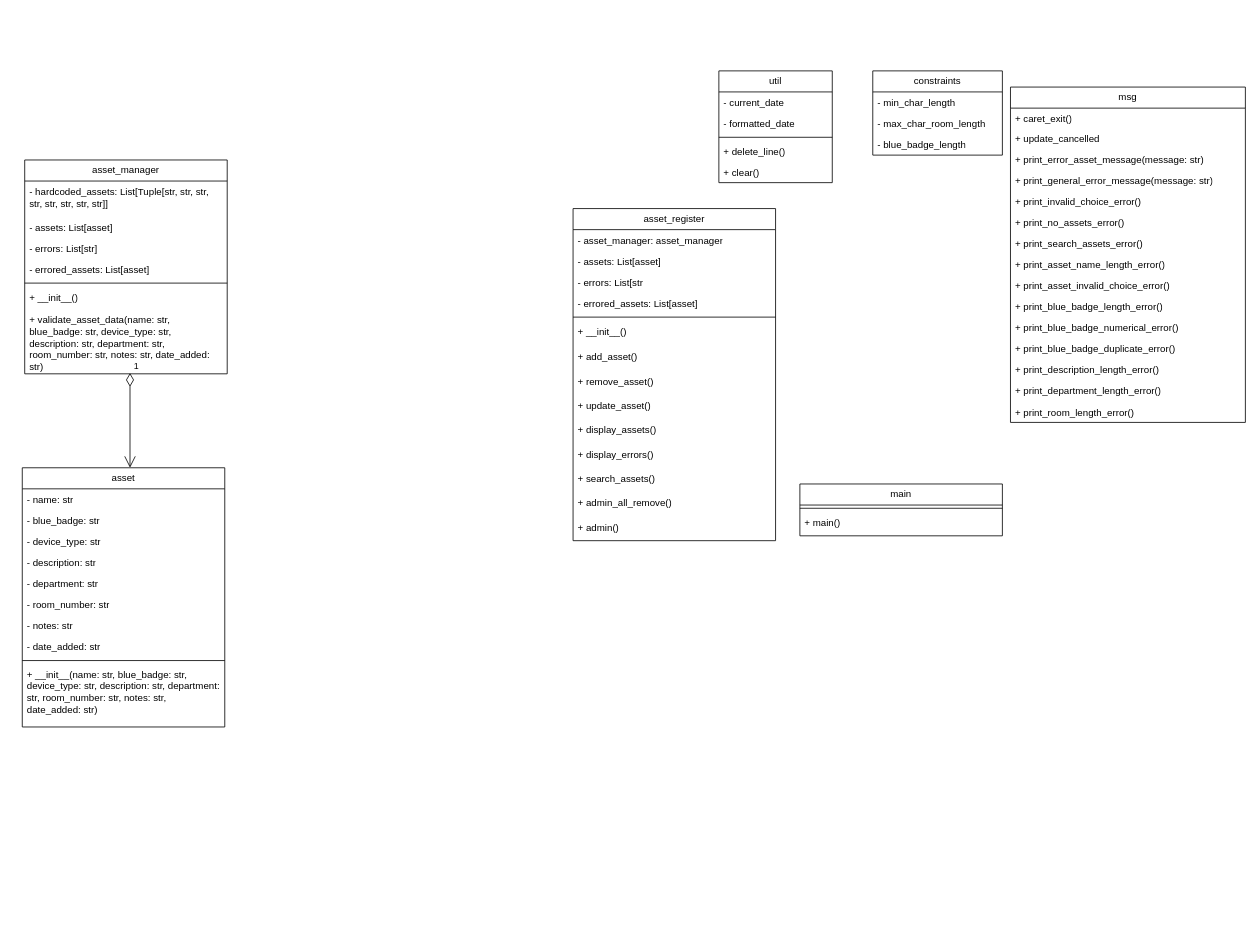
Before: Class UML.drawio in Xanguard/AssetRegister, a draw.io diagram. Source tidied: cells renumbered, new cells numbered last; positions are measured from the earlier drawing's top-left corner, leaving out a move shared by most shapes. Both pictures are drawn from the tidied source at 81%, with x=0, y=0 at pixel (22, 70).
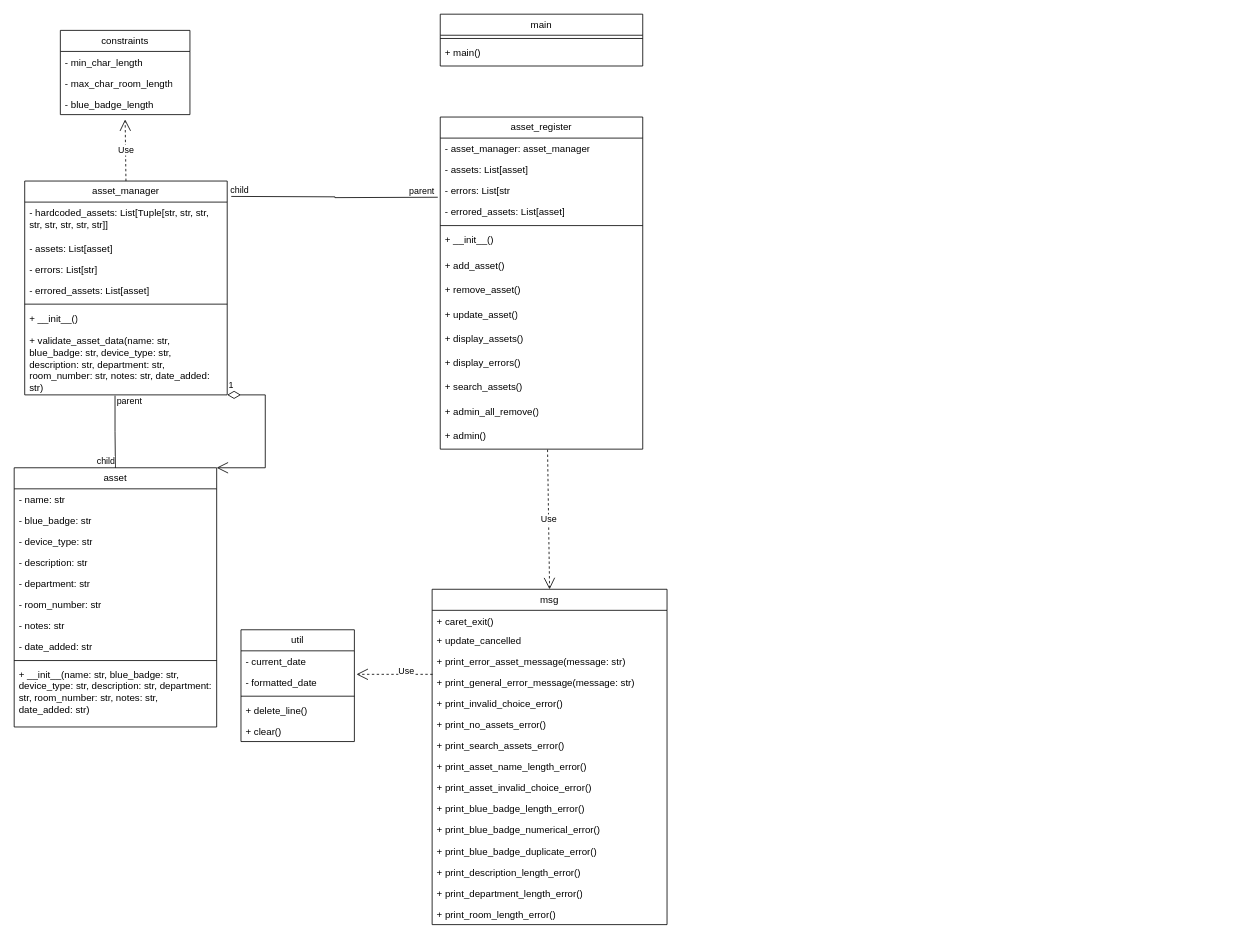
Above is the later version.

Unchanged cells that the change refers to:
```xml
<mxCell id="3" value="- current_date&lt;div&gt;&lt;br&gt;&lt;/div&gt;" style="text;strokeColor=none;fillColor=none;align=left;verticalAlign=top;spacingLeft=4;spacingRight=4;overflow=hidden;points=[[0,0.5],[1,0.5]];portConstraint=eastwest;whiteSpace=wrap;html=1;" parent="2" vertex="1">
  <mxGeometry y="26" width="140" height="26" as="geometry" />
</mxCell>
<mxCell id="11" value="- blue_badge_length" style="text;strokeColor=none;fillColor=none;align=left;verticalAlign=top;spacingLeft=4;spacingRight=4;overflow=hidden;points=[[0,0.5],[1,0.5]];portConstraint=eastwest;whiteSpace=wrap;html=1;perimeterSpacing=8;" parent="8" vertex="1">
  <mxGeometry y="78" width="160" height="26" as="geometry" />
</mxCell>
<mxCell id="16" value="+ print_general_error_message(message: str) " style="text;strokeColor=none;fillColor=none;align=left;verticalAlign=top;spacingLeft=4;spacingRight=4;overflow=hidden;points=[[0,0.5],[1,0.5]];portConstraint=eastwest;whiteSpace=wrap;html=1;perimeterSpacing=8;" parent="12" vertex="1">
  <mxGeometry y="102" width="290" height="26" as="geometry" />
</mxCell>
<mxCell id="46" value="+ validate_asset_data(name: str, blue_badge: str, device_type: str, description: str, department: str, room_number: str, notes: str, date_added: str)" style="text;strokeColor=none;fillColor=none;align=left;verticalAlign=top;spacingLeft=4;spacingRight=4;overflow=hidden;points=[[0,0.5],[1,0.5]];portConstraint=eastwest;whiteSpace=wrap;html=1;glass=0;rounded=0;" parent="39" vertex="1">
  <mxGeometry y="184" width="250" height="80" as="geometry" />
</mxCell>
<mxCell id="61" value="+ admin()  " style="text;strokeColor=none;fillColor=none;align=left;verticalAlign=top;spacingLeft=4;spacingRight=4;overflow=hidden;points=[[0,0.5],[1,0.5]];portConstraint=eastwest;whiteSpace=wrap;html=1;glass=0;rounded=0;" parent="47" vertex="1">
  <mxGeometry y="380" width="250" height="30" as="geometry" />
</mxCell>
```

What changed in the source:
```diff
@@
     <mxCell id="2" value="util" style="swimlane;fontStyle=0;horizontal=1;startSize=26;fillColor=none;whiteSpace=wrap;html=1;swimlaneLine=1;" parent="1" vertex="1">
-      <mxGeometry x="860" width="140" height="138" as="geometry" />
+      <mxGeometry x="270" y="690" width="140" height="138" as="geometry" />
     </mxCell>
@@
     <mxCell id="8" value="constraints" style="swimlane;fontStyle=0;horizontal=1;startSize=26;fillColor=none;whiteSpace=wrap;html=1;swimlaneLine=1;" parent="1" vertex="1">
-      <mxGeometry x="1050" width="160" height="104" as="geometry" />
+      <mxGeometry x="47" y="-50" width="160" height="104" as="geometry" />
     </mxCell>
@@
     <mxCell id="12" value="msg" style="swimlane;fontStyle=0;horizontal=1;startSize=26;fillColor=none;whiteSpace=wrap;html=1;swimlaneLine=1;" parent="1" vertex="1">
-      <mxGeometry x="1220" y="20" width="290" height="414" as="geometry" />
+      <mxGeometry x="506" y="640" width="290" height="414" as="geometry" />
     </mxCell>
@@
     <mxCell id="28" value="asset" style="swimlane;fontStyle=0;horizontal=1;startSize=26;fillColor=none;whiteSpace=wrap;html=1;swimlaneLine=1;" parent="1" vertex="1">
-      <mxGeometry y="490" width="250" height="320" as="geometry" />
+      <mxGeometry x="-10" y="490" width="250" height="320" as="geometry" />
     </mxCell>
@@
     <mxCell id="39" value="asset_manager" style="swimlane;fontStyle=0;horizontal=1;startSize=26;fillColor=none;whiteSpace=wrap;html=1;swimlaneLine=1;" parent="1" vertex="1">
-      <mxGeometry x="3" y="110" width="250" height="264" as="geometry" />
+      <mxGeometry x="3" y="136" width="250" height="264" as="geometry" />
     </mxCell>
@@
     <mxCell id="47" value="asset_register" style="swimlane;fontStyle=0;horizontal=1;startSize=26;fillColor=none;whiteSpace=wrap;html=1;swimlaneLine=1;" parent="1" vertex="1">
-      <mxGeometry x="680" y="170" width="250" height="410" as="geometry" />
+      <mxGeometry x="516" y="57" width="250" height="410" as="geometry" />
     </mxCell>
@@
     <mxCell id="62" value="main" style="swimlane;fontStyle=0;horizontal=1;startSize=26;fillColor=none;whiteSpace=wrap;html=1;swimlaneLine=1;" parent="1" vertex="1">
-      <mxGeometry x="960" y="510" width="250" height="64" as="geometry" />
+      <mxGeometry x="516" y="-70" width="250" height="64" as="geometry" />
     </mxCell>
@@
+    <mxCell id="66" style="endArrow=none;html=1;edgeStyle=orthogonalEdgeStyle;rounded=0;exitX=0.446;exitY=1.012;exitDx=0;exitDy=0;exitPerimeter=0;entryX=0.5;entryY=0;entryDx=0;entryDy=0;" parent="1" edge="1" source="46" target="28">
+      <mxGeometry relative="1" as="geometry" />
+    </mxCell>
+    <mxCell id="67" value="parent" style="edgeLabel;html=1;align=left;verticalAlign=bottom;" parent="66" vertex="1">
+      <mxGeometry x="-1" relative="1" as="geometry">
+        <mxPoint y="15" as="offset" />
+      </mxGeometry>
+    </mxCell>
+    <mxCell id="68" value="child" style="edgeLabel;html=1;align=right;verticalAlign=bottom;" parent="66" vertex="1">
+      <mxGeometry x="1" relative="1" as="geometry" />
+    </mxCell>
+    <mxCell id="69" style="endArrow=none;html=1;edgeStyle=orthogonalEdgeStyle;rounded=0;exitX=0;exitY=0.5;exitDx=0;exitDy=0;entryX=1;entryY=0.5;entryDx=0;entryDy=0;" parent="1" edge="1">
+      <mxGeometry relative="1" as="geometry">
+        <mxPoint x="513" y="156" as="sourcePoint" />
+        <mxPoint x="258" y="155" as="targetPoint" />
+      </mxGeometry>
+    </mxCell>
+    <mxCell id="70" value="parent" style="edgeLabel;html=1;align=left;verticalAlign=bottom;" parent="69" vertex="1">
+      <mxGeometry x="-1" relative="1" as="geometry">
+        <mxPoint x="-37" as="offset" />
+      </mxGeometry>
+    </mxCell>
+    <mxCell id="71" value="child" style="edgeLabel;html=1;align=right;verticalAlign=bottom;" parent="69" vertex="1">
+      <mxGeometry x="1" relative="1" as="geometry">
+        <mxPoint x="22" as="offset" />
+      </mxGeometry>
+    </mxCell>
+    <mxCell id="72" value="Use" style="endArrow=open;endSize=12;dashed=1;html=1;rounded=0;entryX=1.019;entryY=1.115;entryDx=0;entryDy=0;entryPerimeter=0;exitX=0.028;exitY=0.262;exitDx=0;exitDy=0;exitPerimeter=0;" parent="1" edge="1" source="16" target="3">
+      <mxGeometry x="-0.3" y="-4" relative="1" as="geometry" />
+    </mxCell>
+    <mxCell id="73" value="Use" style="endArrow=open;endSize=12;dashed=1;html=1;rounded=0;exitX=0.53;exitY=1.022;exitDx=0;exitDy=0;exitPerimeter=0;entryX=0.5;entryY=0;entryDx=0;entryDy=0;" parent="1" edge="1" source="61" target="12">
+      <mxGeometry relative="1" as="geometry" />
+    </mxCell>
+    <mxCell id="74" value="Use" style="endArrow=open;endSize=12;dashed=1;html=1;rounded=0;exitX=0.5;exitY=0;exitDx=0;exitDy=0;entryX=0.5;entryY=0.952;entryDx=0;entryDy=0;entryPerimeter=0;" parent="1" edge="1" source="39" target="11">
+      <mxGeometry relative="1" as="geometry" />
+    </mxCell>
-    <mxCell id="65" value="1" style="endArrow=open;html=1;endSize=12;startArrow=diamondThin;startSize=14;startFill=0;edgeStyle=orthogonalEdgeStyle;align=left;verticalAlign=bottom;rounded=0;exitX=0.52;exitY=0.988;exitDx=0;exitDy=0;exitPerimeter=0;entryX=0.532;entryY=0;entryDx=0;entryDy=0;entryPerimeter=0;" parent="1" edge="1" source="46" target="28">
-      <mxGeometry x="-1" y="3" relative="1" as="geometry" />
+    <mxCell id="65" value="1" style="endArrow=open;html=1;endSize=12;startArrow=diamondThin;startSize=14;startFill=0;edgeStyle=orthogonalEdgeStyle;align=left;verticalAlign=bottom;rounded=0;entryX=1;entryY=0;entryDx=0;entryDy=0;" parent="1" edge="1" target="28">
+      <mxGeometry x="-1" y="3" relative="1" as="geometry">
+        <mxPoint x="253" y="400" as="sourcePoint" />
+        <Array as="points">
+          <mxPoint x="253" y="400" />
+          <mxPoint x="300" y="400" />
+          <mxPoint x="300" y="490" />
+        </Array>
+      </mxGeometry>
     </mxCell>
```
